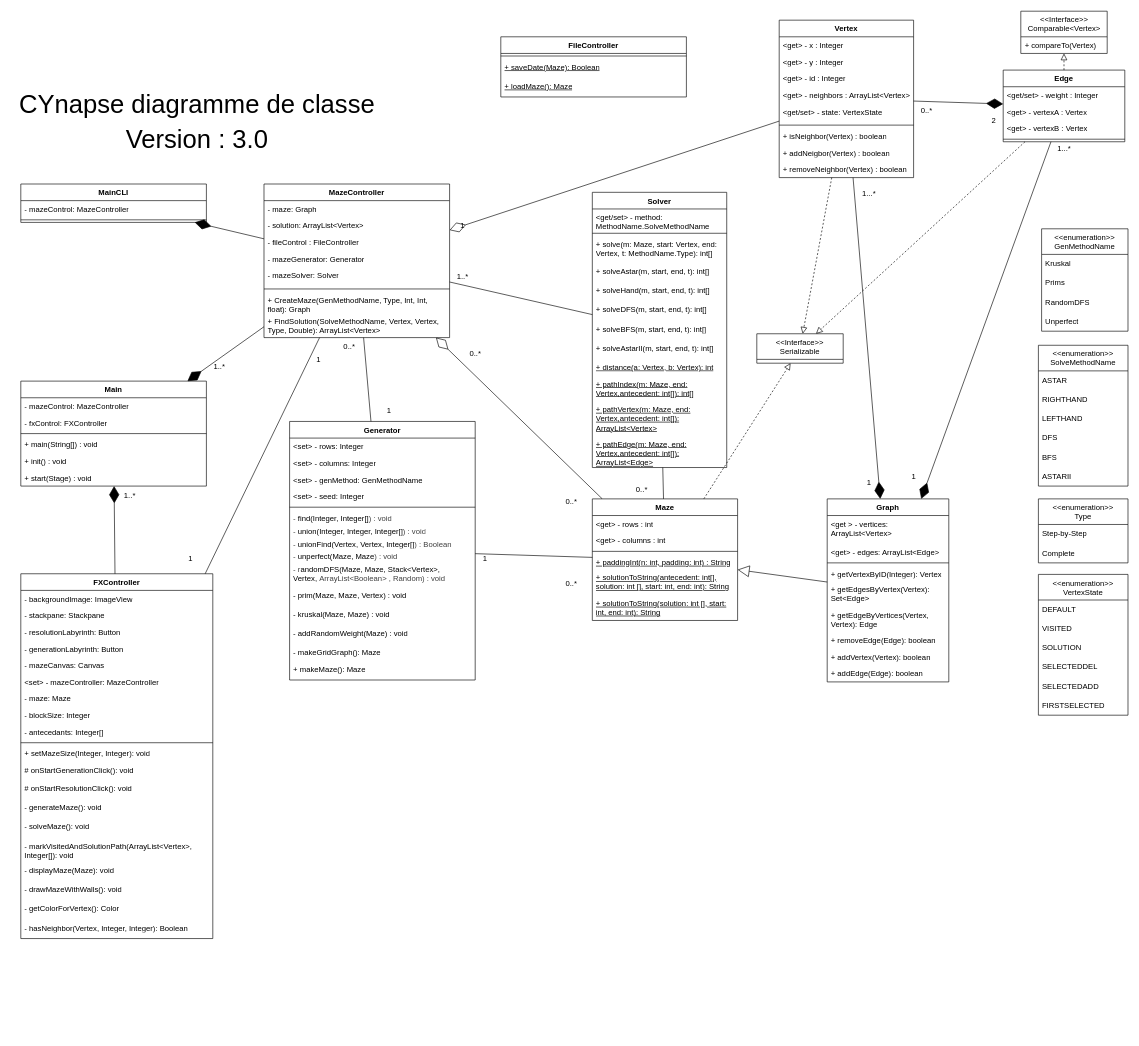
Earlier version of the draw.io diagram drawIoDiagram/Projet_Cynapse_Class_Diagram.drawio (Minetriforce/ProjetCynapse-ING1). Source tidied: cells renumbered, new cells numbered last; positions are measured from the earlier drawing's top-left corner, leaving out a move shared by most shapes. Both pictures are drawn from the tidied source at 64%, with x=0, y=0 at pixel (11, 11).
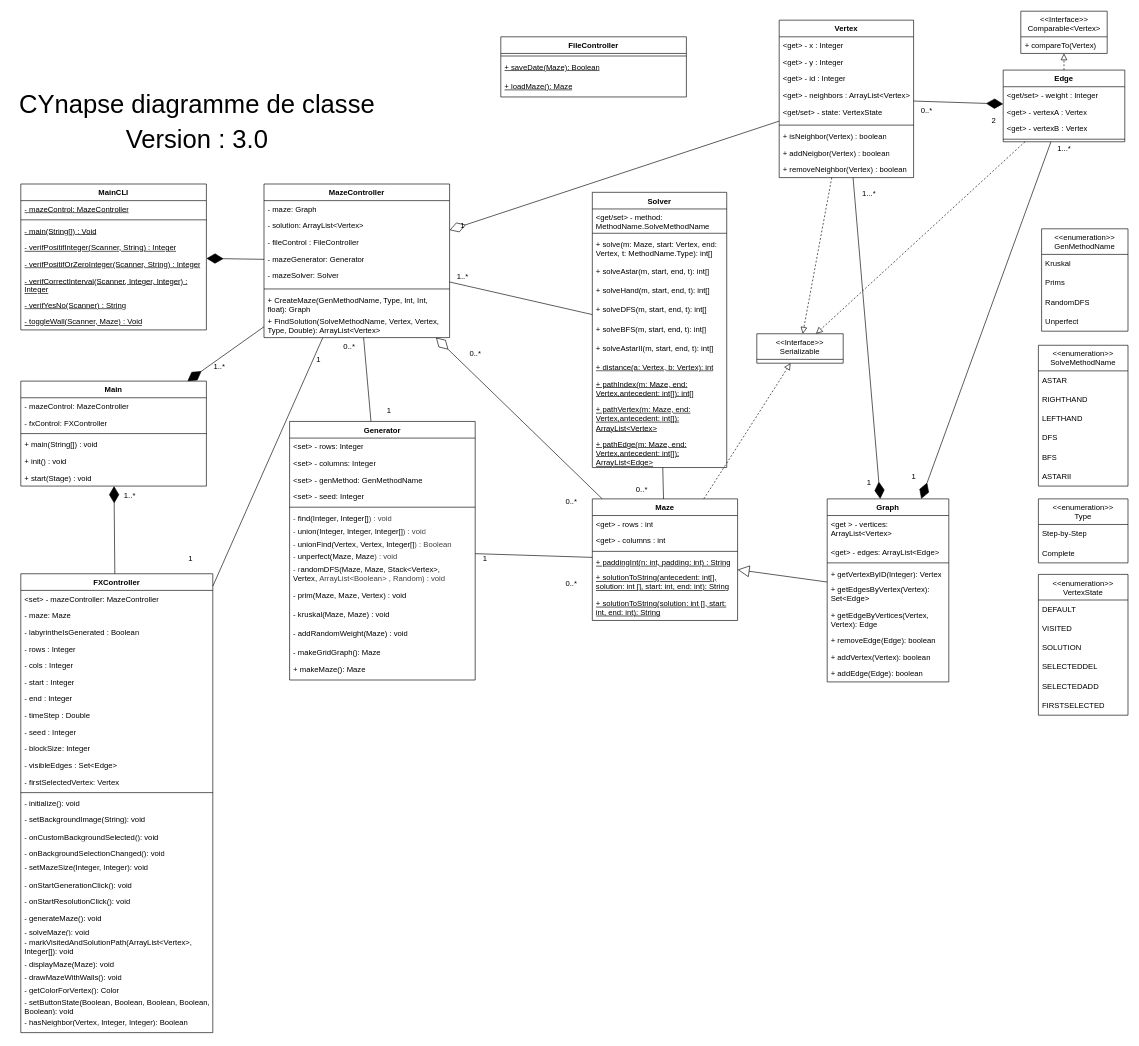
The same diagram, later.

Commit message (it also covers changes not shown here):
update: diagramme de classe, générateur

Diff of the diagram source:
```diff
@@
     <mxCell id="66" value="FXController" style="swimlane;fontStyle=1;align=center;verticalAlign=top;horizontal=1;startSize=26;whiteSpace=wrap;html=1;" parent="1" vertex="1">
-      <mxGeometry x="15" y="879" width="300" height="570" as="geometry" />
+      <mxGeometry x="15" y="879" width="300" height="717" as="geometry" />
     </mxCell>
-    <mxCell id="67" value="- backgroundImage: ImageView" style="text;strokeColor=none;fillColor=none;align=left;verticalAlign=top;spacingLeft=4;spacingRight=4;overflow=hidden;whiteSpace=wrap;html=1;" parent="66" vertex="1">
-      <mxGeometry y="26" width="300" height="26" as="geometry" />
-    </mxCell>
-    <mxCell id="68" value="- stackpane: Stackpane" style="text;strokeColor=none;fillColor=none;align=left;verticalAlign=top;spacingLeft=4;spacingRight=4;overflow=hidden;whiteSpace=wrap;html=1;" parent="66" vertex="1">
-      <mxGeometry y="52" width="300" height="26" as="geometry" />
-    </mxCell>
-    <mxCell id="69" value="- resolutionLabyrinth: Button" style="text;strokeColor=none;fillColor=none;align=left;verticalAlign=top;spacingLeft=4;spacingRight=4;overflow=hidden;whiteSpace=wrap;html=1;" parent="66" vertex="1">
-      <mxGeometry y="78" width="300" height="26" as="geometry" />
-    </mxCell>
-    <mxCell id="70" value="- generationLabyrinth: Button" style="text;strokeColor=none;fillColor=none;align=left;verticalAlign=top;spacingLeft=4;spacingRight=4;overflow=hidden;whiteSpace=wrap;html=1;" parent="66" vertex="1">
-      <mxGeometry y="104" width="300" height="26" as="geometry" />
-    </mxCell>
-    <mxCell id="71" value="- mazeCanvas: Canvas" style="text;strokeColor=none;fillColor=none;align=left;verticalAlign=top;spacingLeft=4;spacingRight=4;overflow=hidden;whiteSpace=wrap;html=1;" parent="66" vertex="1">
-      <mxGeometry y="130" width="300" height="26" as="geometry" />
-    </mxCell>
     <mxCell id="72" value="&amp;lt;set&amp;gt; - mazeController: MazeController" style="text;strokeColor=none;fillColor=none;align=left;verticalAlign=top;spacingLeft=4;spacingRight=4;overflow=hidden;whiteSpace=wrap;html=1;" parent="66" vertex="1">
-      <mxGeometry y="156" width="300" height="26" as="geometry" />
+      <mxGeometry y="26" width="300" height="26" as="geometry" />
     </mxCell>
     <mxCell id="73" value="- maze: Maze" style="text;strokeColor=none;fillColor=none;align=left;verticalAlign=top;spacingLeft=4;spacingRight=4;overflow=hidden;whiteSpace=wrap;html=1;" parent="66" vertex="1">
-      <mxGeometry y="182" width="300" height="26" as="geometry" />
+      <mxGeometry y="52" width="300" height="26" as="geometry" />
     </mxCell>
+    <mxCell id="171" value="- labyrintheIsGenerated : Boolean" style="text;strokeColor=none;fillColor=none;align=left;verticalAlign=top;spacingLeft=4;spacingRight=4;overflow=hidden;whiteSpace=wrap;html=1;" parent="66" vertex="1">
+      <mxGeometry y="78" width="300" height="26" as="geometry" />
+    </mxCell>
+    <mxCell id="172" value="- rows : Integer" style="text;strokeColor=none;fillColor=none;align=left;verticalAlign=top;spacingLeft=4;spacingRight=4;overflow=hidden;whiteSpace=wrap;html=1;" parent="66" vertex="1">
+      <mxGeometry y="104" width="300" height="26" as="geometry" />
+    </mxCell>
+    <mxCell id="173" value="- cols : Integer" style="text;strokeColor=none;fillColor=none;align=left;verticalAlign=top;spacingLeft=4;spacingRight=4;overflow=hidden;whiteSpace=wrap;html=1;" parent="66" vertex="1">
+      <mxGeometry y="130" width="300" height="26" as="geometry" />
+    </mxCell>
+    <mxCell id="174" value="- start : Integer" style="text;strokeColor=none;fillColor=none;align=left;verticalAlign=top;spacingLeft=4;spacingRight=4;overflow=hidden;whiteSpace=wrap;html=1;" parent="66" vertex="1">
+      <mxGeometry y="156" width="300" height="26" as="geometry" />
+    </mxCell>
+    <mxCell id="175" value="- end : Integer" style="text;strokeColor=none;fillColor=none;align=left;verticalAlign=top;spacingLeft=4;spacingRight=4;overflow=hidden;whiteSpace=wrap;html=1;" parent="66" vertex="1">
+      <mxGeometry y="182" width="300" height="26" as="geometry" />
+    </mxCell>
+    <mxCell id="176" value="- timeStep : Double" style="text;strokeColor=none;fillColor=none;align=left;verticalAlign=top;spacingLeft=4;spacingRight=4;overflow=hidden;whiteSpace=wrap;html=1;" parent="66" vertex="1">
+      <mxGeometry y="208" width="300" height="26" as="geometry" />
+    </mxCell>
+    <mxCell id="177" value="- seed : Integer" style="text;strokeColor=none;fillColor=none;align=left;verticalAlign=top;spacingLeft=4;spacingRight=4;overflow=hidden;whiteSpace=wrap;html=1;" parent="66" vertex="1">
+      <mxGeometry y="234" width="300" height="26" as="geometry" />
+    </mxCell>
     <mxCell id="74" value="- blockSize: Integer" style="text;strokeColor=none;fillColor=none;align=left;verticalAlign=top;spacingLeft=4;spacingRight=4;overflow=hidden;whiteSpace=wrap;html=1;" parent="66" vertex="1">
-      <mxGeometry y="208" width="300" height="26" as="geometry" />
+      <mxGeometry y="260" width="300" height="26" as="geometry" />
     </mxCell>
+    <mxCell id="178" value="- visibleEdges : Set&amp;lt;Edge&amp;gt;" style="text;strokeColor=none;fillColor=none;align=left;verticalAlign=top;spacingLeft=4;spacingRight=4;overflow=hidden;whiteSpace=wrap;html=1;" parent="66" vertex="1">
+      <mxGeometry y="286" width="300" height="26" as="geometry" />
+    </mxCell>
-    <mxCell id="75" value="- antecedants: Integer[]" style="text;strokeColor=none;fillColor=none;align=left;verticalAlign=top;spacingLeft=4;spacingRight=4;overflow=hidden;whiteSpace=wrap;html=1;" parent="66" vertex="1">
-      <mxGeometry y="234" width="300" height="26" as="geometry" />
+    <mxCell id="75" value="- firstSelectedVertex: Vertex" style="text;strokeColor=none;fillColor=none;align=left;verticalAlign=top;spacingLeft=4;spacingRight=4;overflow=hidden;whiteSpace=wrap;html=1;" parent="66" vertex="1">
+      <mxGeometry y="312" width="300" height="26" as="geometry" />
     </mxCell>
     <mxCell id="76" style="line;strokeWidth=1;fillColor=none;align=left;verticalAlign=middle;spacingTop=-1;spacingLeft=3;spacingRight=3;labelPosition=right;strokeColor=inherit;" parent="66" vertex="1">
-      <mxGeometry y="260" width="300" height="8" as="geometry" />
+      <mxGeometry y="338" width="300" height="8" as="geometry" />
     </mxCell>
+    <mxCell id="179" value="- initialize(): void" style="text;strokeColor=none;fillColor=none;align=left;verticalAlign=top;spacingLeft=4;spacingRight=4;overflow=hidden;whiteSpace=wrap;html=1;" parent="66" vertex="1">
+      <mxGeometry y="346" width="300" height="24" as="geometry" />
+    </mxCell>
+    <mxCell id="180" value="- setBackgroundImage(String): void" style="text;strokeColor=none;fillColor=none;align=left;verticalAlign=top;spacingLeft=4;spacingRight=4;overflow=hidden;whiteSpace=wrap;html=1;" parent="66" vertex="1">
+      <mxGeometry y="370" width="300" height="28" as="geometry" />
+    </mxCell>
+    <mxCell id="181" value="- onCustomBackgroundSelected(): void" style="text;strokeColor=none;fillColor=none;align=left;verticalAlign=top;spacingLeft=4;spacingRight=4;overflow=hidden;whiteSpace=wrap;html=1;" parent="66" vertex="1">
+      <mxGeometry y="398" width="300" height="25" as="geometry" />
+    </mxCell>
+    <mxCell id="182" value="- onBackgroundSelectionChanged(): void" style="text;strokeColor=none;fillColor=none;align=left;verticalAlign=top;spacingLeft=4;spacingRight=4;overflow=hidden;whiteSpace=wrap;html=1;" parent="66" vertex="1">
+      <mxGeometry y="423" width="300" height="22" as="geometry" />
+    </mxCell>
-    <mxCell id="77" value="+ setMazeSize(Integer, Integer): void" style="text;strokeColor=none;fillColor=none;align=left;verticalAlign=top;spacingLeft=4;spacingRight=4;overflow=hidden;whiteSpace=wrap;html=1;" parent="66" vertex="1">
-      <mxGeometry y="268" width="300" height="26" as="geometry" />
+    <mxCell id="77" value="- setMazeSize(Integer, Integer): void" style="text;strokeColor=none;fillColor=none;align=left;verticalAlign=top;spacingLeft=4;spacingRight=4;overflow=hidden;whiteSpace=wrap;html=1;" parent="66" vertex="1">
+      <mxGeometry y="445" width="300" height="28" as="geometry" />
     </mxCell>
-    <mxCell id="78" value="# onStartGenerationClick(): void" style="text;strokeColor=none;fillColor=none;align=left;verticalAlign=top;spacingLeft=4;spacingRight=4;overflow=hidden;whiteSpace=wrap;html=1;" parent="66" vertex="1">
-      <mxGeometry y="294" width="300" height="28" as="geometry" />
+    <mxCell id="78" value="- onStartGenerationClick(): void" style="text;strokeColor=none;fillColor=none;align=left;verticalAlign=top;spacingLeft=4;spacingRight=4;overflow=hidden;whiteSpace=wrap;html=1;" parent="66" vertex="1">
+      <mxGeometry y="473" width="300" height="26" as="geometry" />
     </mxCell>
-    <mxCell id="79" value="# onStartResolutionClick(): void" style="text;strokeColor=none;fillColor=none;align=left;verticalAlign=top;spacingLeft=4;spacingRight=4;overflow=hidden;whiteSpace=wrap;html=1;" parent="66" vertex="1">
-      <mxGeometry y="322" width="300" height="30" as="geometry" />
+    <mxCell id="79" value="- onStartResolutionClick(): void" style="text;strokeColor=none;fillColor=none;align=left;verticalAlign=top;spacingLeft=4;spacingRight=4;overflow=hidden;whiteSpace=wrap;html=1;" parent="66" vertex="1">
+      <mxGeometry y="499" width="300" height="26" as="geometry" />
     </mxCell>
     <mxCell id="80" value="- generateMaze(): void" style="text;strokeColor=none;fillColor=none;align=left;verticalAlign=top;spacingLeft=4;spacingRight=4;overflow=hidden;whiteSpace=wrap;html=1;" parent="66" vertex="1">
-      <mxGeometry y="352" width="300" height="30" as="geometry" />
+      <mxGeometry y="525" width="300" height="22" as="geometry" />
     </mxCell>
     <mxCell id="81" value="- solveMaze(): void" style="text;strokeColor=none;fillColor=none;align=left;verticalAlign=top;spacingLeft=4;spacingRight=4;overflow=hidden;whiteSpace=wrap;html=1;" parent="66" vertex="1">
-      <mxGeometry y="382" width="300" height="30" as="geometry" />
+      <mxGeometry y="547" width="300" height="16" as="geometry" />
     </mxCell>
     <mxCell id="82" value="- markVisitedAndSolutionPath(ArrayList&amp;lt;Vertex&amp;gt;, Integer[]): void" style="text;strokeColor=none;fillColor=none;align=left;verticalAlign=top;spacingLeft=4;spacingRight=4;overflow=hidden;whiteSpace=wrap;html=1;" parent="66" vertex="1">
-      <mxGeometry y="412" width="300" height="38" as="geometry" />
+      <mxGeometry y="563" width="300" height="34" as="geometry" />
     </mxCell>
     <mxCell id="83" value="- displayMaze(Maze): void" style="text;strokeColor=none;fillColor=none;align=left;verticalAlign=top;spacingLeft=4;spacingRight=4;overflow=hidden;whiteSpace=wrap;html=1;" parent="66" vertex="1">
-      <mxGeometry y="450" width="300" height="30" as="geometry" />
+      <mxGeometry y="597" width="300" height="20" as="geometry" />
     </mxCell>
     <mxCell id="84" value="- drawMazeWithWalls(): void" style="text;strokeColor=none;fillColor=none;align=left;verticalAlign=top;spacingLeft=4;spacingRight=4;overflow=hidden;whiteSpace=wrap;html=1;" parent="66" vertex="1">
-      <mxGeometry y="480" width="300" height="30" as="geometry" />
+      <mxGeometry y="617" width="300" height="20" as="geometry" />
     </mxCell>
     <mxCell id="85" value="- getColorForVertex(): Color" style="text;strokeColor=none;fillColor=none;align=left;verticalAlign=top;spacingLeft=4;spacingRight=4;overflow=hidden;whiteSpace=wrap;html=1;" parent="66" vertex="1">
-      <mxGeometry y="510" width="300" height="30" as="geometry" />
+      <mxGeometry y="637" width="300" height="20" as="geometry" />
     </mxCell>
-    <mxCell id="86" value="- hasNeighbor(Vertex, Integer, Integer): Boolean" style="text;strokeColor=none;fillColor=none;align=left;verticalAlign=top;spacingLeft=4;spacingRight=4;overflow=hidden;whiteSpace=wrap;html=1;" parent="66" vertex="1">
-      <mxGeometry y="540" width="300" height="30" as="geometry" />
+    <mxCell id="86" value="- setButtonState(Boolean, Boolean, Boolean, Boolean, Boolean): void" style="text;strokeColor=none;fillColor=none;align=left;verticalAlign=top;spacingLeft=4;spacingRight=4;overflow=hidden;whiteSpace=wrap;html=1;" parent="66" vertex="1">
+      <mxGeometry y="657" width="300" height="30" as="geometry" />
     </mxCell>
+    <mxCell id="183" value="- hasNeighbor(Vertex, Integer, Integer): Boolean" style="text;strokeColor=none;fillColor=none;align=left;verticalAlign=top;spacingLeft=4;spacingRight=4;overflow=hidden;whiteSpace=wrap;html=1;" parent="66" vertex="1">
+      <mxGeometry y="687" width="300" height="30" as="geometry" />
+    </mxCell>
@@
     <mxCell id="153" value="MainCLI" style="swimlane;fontStyle=1;align=center;verticalAlign=top;horizontal=1;startSize=26;whiteSpace=wrap;html=1;" parent="1" vertex="1">
-      <mxGeometry x="15" y="270" width="290" height="60" as="geometry" />
+      <mxGeometry x="15" y="270" width="290" height="228" as="geometry" />
     </mxCell>
-    <mxCell id="154" value="- mazeControl: MazeController" style="text;strokeColor=none;fillColor=none;align=left;verticalAlign=top;spacingLeft=4;spacingRight=4;overflow=hidden;whiteSpace=wrap;html=1;" parent="153" vertex="1">
+    <mxCell id="154" value="&lt;u&gt;- mazeControl: MazeController&lt;/u&gt;" style="text;strokeColor=none;fillColor=none;align=left;verticalAlign=top;spacingLeft=4;spacingRight=4;overflow=hidden;whiteSpace=wrap;html=1;" parent="153" vertex="1">
       <mxGeometry y="26" width="290" height="26" as="geometry" />
     </mxCell>
@@
+    <mxCell id="184" value="&lt;u&gt;- main(String[]) : Void&lt;/u&gt;" style="text;strokeColor=none;fillColor=none;align=left;verticalAlign=top;spacingLeft=4;spacingRight=4;overflow=hidden;whiteSpace=wrap;html=1;" parent="153" vertex="1">
+      <mxGeometry y="60" width="290" height="26" as="geometry" />
+    </mxCell>
+    <mxCell id="185" value="&lt;u&gt;- verifPositifInteger(Scanner, String) : Integer&lt;/u&gt;" style="text;strokeColor=none;fillColor=none;align=left;verticalAlign=top;spacingLeft=4;spacingRight=4;overflow=hidden;whiteSpace=wrap;html=1;" parent="153" vertex="1">
+      <mxGeometry y="86" width="290" height="26" as="geometry" />
+    </mxCell>
+    <mxCell id="186" value="&lt;u&gt;- verifPositifOrZeroInteger(Scanner, String) : Integer&lt;/u&gt;" style="text;strokeColor=none;fillColor=none;align=left;verticalAlign=top;spacingLeft=4;spacingRight=4;overflow=hidden;whiteSpace=wrap;html=1;" parent="153" vertex="1">
+      <mxGeometry y="112" width="290" height="26" as="geometry" />
+    </mxCell>
+    <mxCell id="187" value="&lt;u&gt;- verifCorrectInterval(Scanner, Integer, Integer) : Integer&lt;/u&gt;" style="text;strokeColor=none;fillColor=none;align=left;verticalAlign=top;spacingLeft=4;spacingRight=4;overflow=hidden;whiteSpace=wrap;html=1;" parent="153" vertex="1">
+      <mxGeometry y="138" width="290" height="38" as="geometry" />
+    </mxCell>
+    <mxCell id="188" value="&lt;u&gt;- verifYesNo(Scanner) : String&lt;/u&gt;" style="text;strokeColor=none;fillColor=none;align=left;verticalAlign=top;spacingLeft=4;spacingRight=4;overflow=hidden;whiteSpace=wrap;html=1;" parent="153" vertex="1">
+      <mxGeometry y="176" width="290" height="26" as="geometry" />
+    </mxCell>
+    <mxCell id="189" value="&lt;u&gt;- toggleWall(Scanner, Maze) : Void&lt;/u&gt;" style="text;strokeColor=none;fillColor=none;align=left;verticalAlign=top;spacingLeft=4;spacingRight=4;overflow=hidden;whiteSpace=wrap;html=1;" parent="153" vertex="1">
+      <mxGeometry y="202" width="290" height="26" as="geometry" />
+    </mxCell>
```
